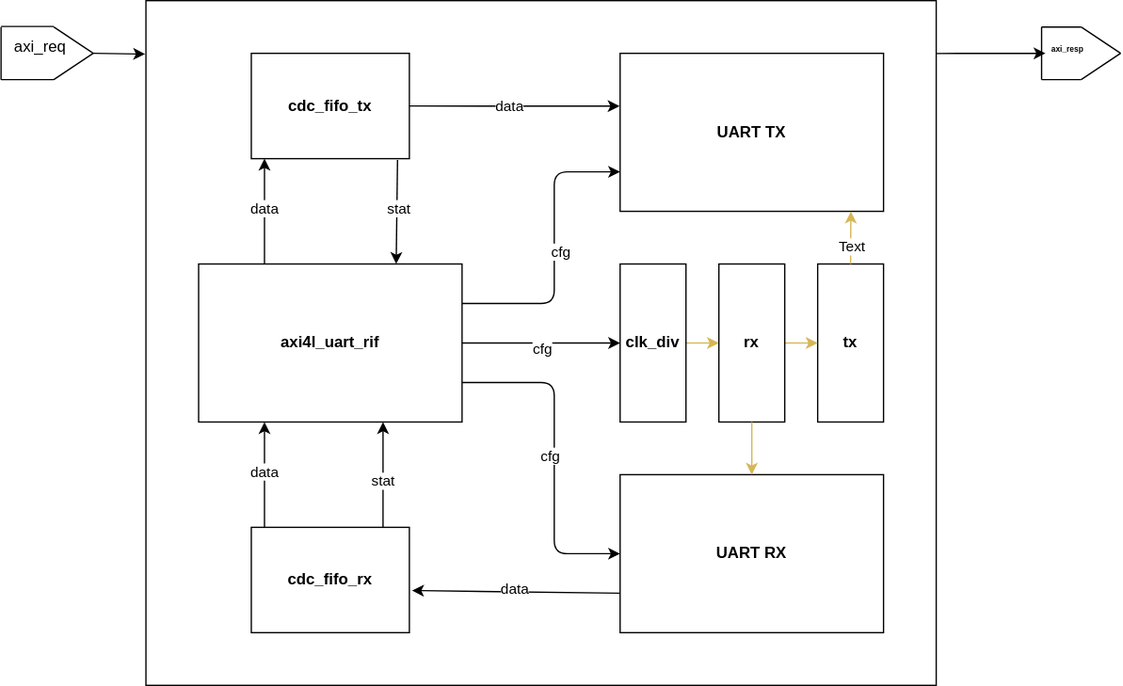
Above: document/uart_subsystem_topview.svg in ADN-VLSI/SC-SoC (draw.io), before the change. Source tidied: cells renumbered, new cells last; positions are measured from the earlier drawing's top-left corner, leaving out a move shared by most shapes.
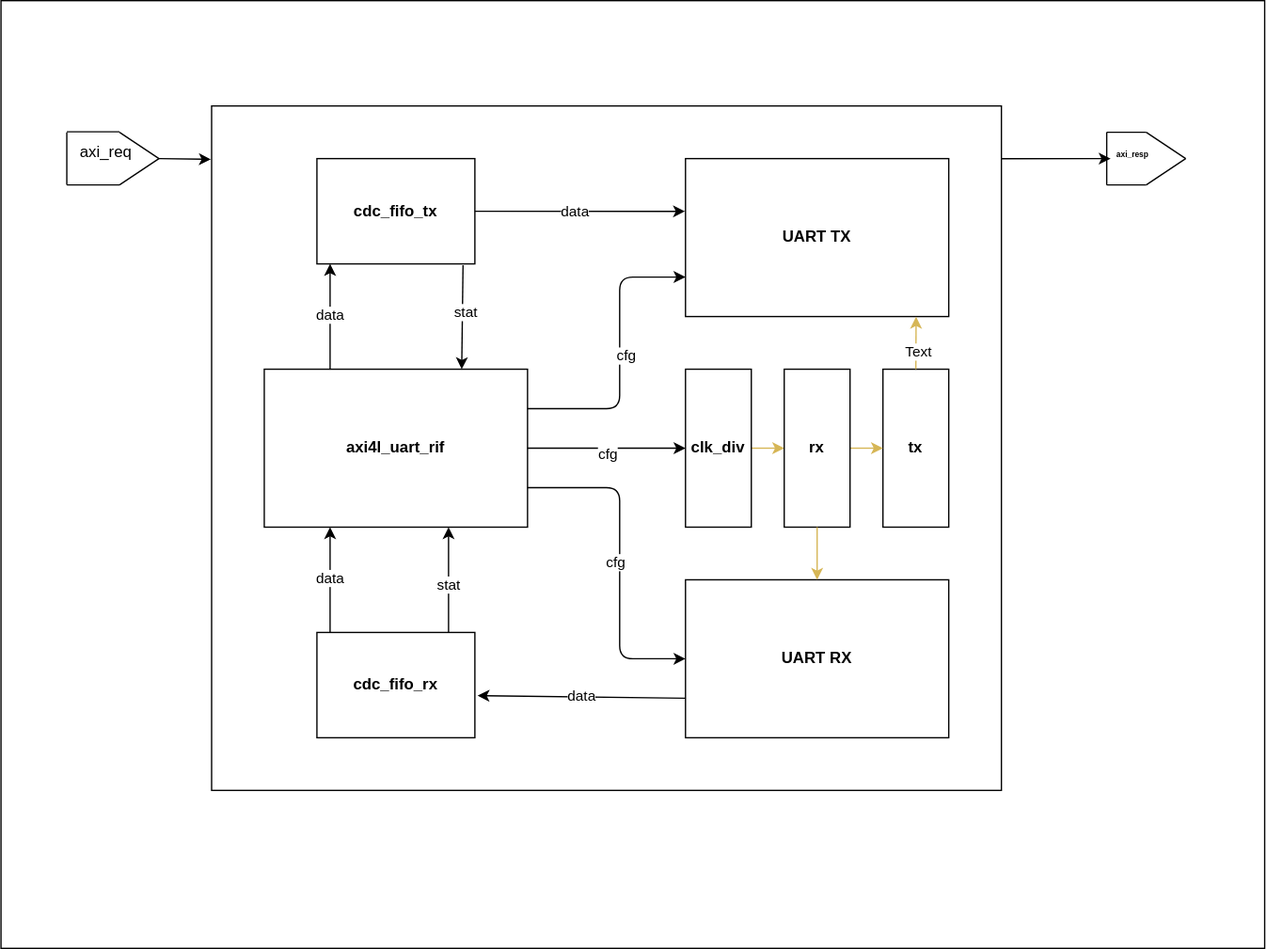
After the change.

Diff of the diagram source:
```diff
@@ -2,6 +2,9 @@
   <root>
     <mxCell id="0" />
     <mxCell id="1" parent="0" />
+    <mxCell id="48" style="rounded=0;whiteSpace=wrap;html=1;" parent="1" vertex="1">
+      <mxGeometry x="-50" y="-80" width="960" height="720" as="geometry" />
+    </mxCell>
     <mxCell id="2" style="rounded=0;whiteSpace=wrap;html=1;" parent="1" vertex="1">
       <mxGeometry x="110" width="600" height="520" as="geometry" />
     </mxCell>
```
